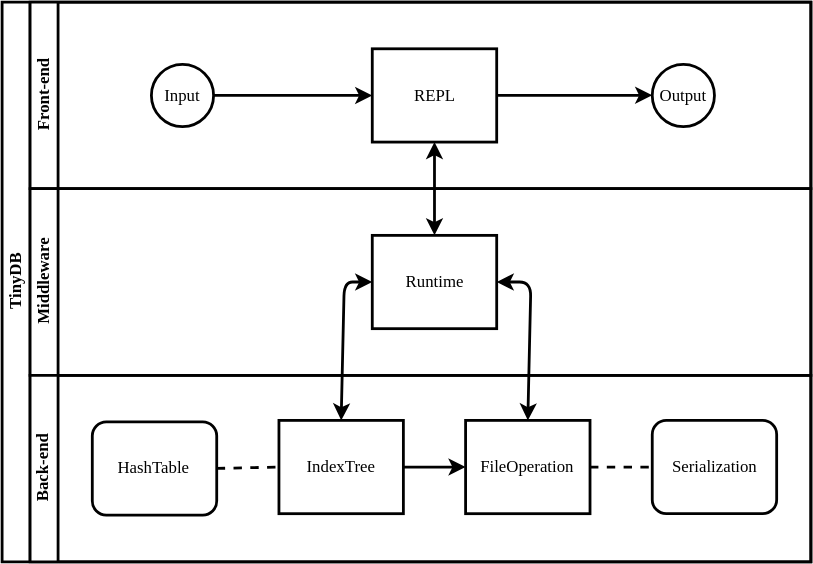
Before: report/架构图.svg, a diagram exported from draw.io (Cerulime/TinyDB). Source tidied: cells renumbered, new cells last; positions are measured from the earlier drawing's top-left corner, leaving out a move shared by most shapes.
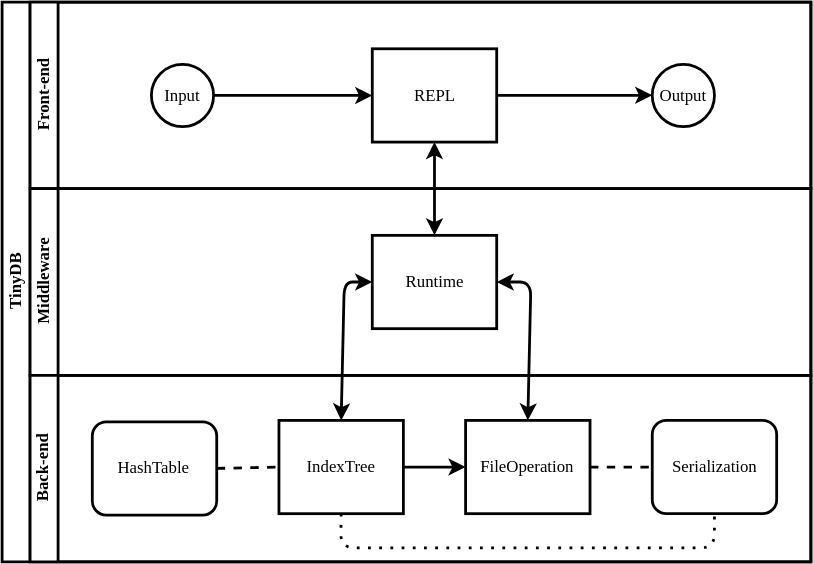
Later version of the same file.

Diff of the diagram source:
```diff
@@ -56,6 +56,15 @@
     <mxCell id="19" style="endArrow=none;dashed=1;html=1;strokeWidth=2;fontFamily=Times New Roman;fontSize=12;exitX=1;exitY=0.5;exitDx=0;exitDy=0;entryX=0;entryY=0.5;entryDx=0;entryDy=0;" parent="12" edge="1" source="15" target="14">
       <mxGeometry relative="1" as="geometry" />
     </mxCell>
+    <mxCell id="23" style="endArrow=none;dashed=1;html=1;dashPattern=1 3;strokeWidth=2;exitX=0.5;exitY=1;exitDx=0;exitDy=0;entryX=0.5;entryY=1;entryDx=0;entryDy=0;" parent="12" edge="1" source="17" target="14">
+      <mxGeometry relative="1" as="geometry">
+        <Array as="points">
+          <mxPoint x="222" y="123.3" />
+          <mxPoint x="360" y="123.3" />
+          <mxPoint x="489" y="123.3" />
+        </Array>
+      </mxGeometry>
+    </mxCell>
     <mxCell id="20" style="endArrow=classic;startArrow=classic;html=1;strokeWidth=2;fontFamily=Times New Roman;fontSize=12;exitX=0.5;exitY=0;exitDx=0;exitDy=0;entryX=0.5;entryY=1;entryDx=0;entryDy=0;" parent="3" edge="1" source="11" target="7">
       <mxGeometry relative="1" as="geometry" />
     </mxCell>
```
